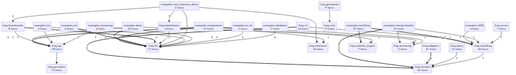
The Mermaid diagram project/compact_flow.png in wronai/fraq, before a commit. Its source is kept beside it as project/compact_flow.mmd.
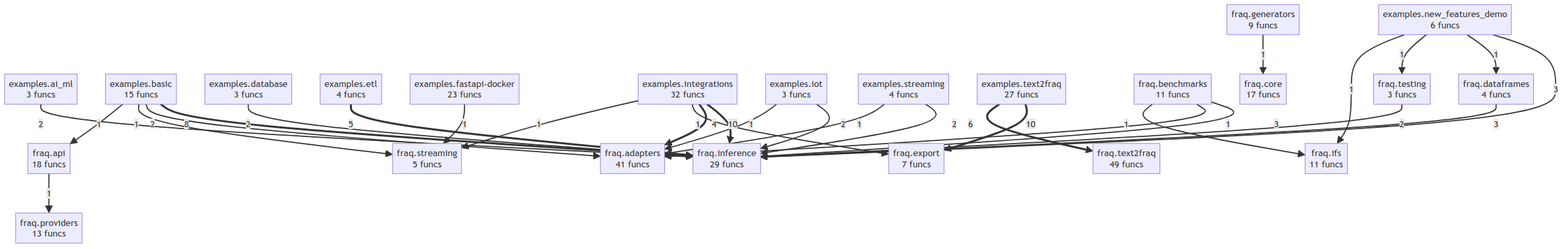
The same file after the commit.

What changed in the source:
```diff
@@ -1,64 +1,53 @@
 flowchart TD
-    examples_ai_ml["examples.ai_ml<br/>3 funcs"]
-    examples_basic["examples.basic<br/>24 funcs"]
-    examples_database["examples.database<br/>3 funcs"]
-    examples_etl["examples.etl<br/>4 funcs"]
-    examples_fastapi_docker["examples.fastapi-docker<br/>23 funcs"]
-    examples_integrations["examples.integrations<br/>32 funcs"]
-    examples_iot["examples.iot<br/>3 funcs"]
-    examples_new_features_demo["examples.new_features_demo<br/>6 funcs"]
-    examples_streaming["examples.streaming<br/>4 funcs"]
-    examples_text2fraq["examples.text2fraq<br/>27 funcs"]
-    examples_v028["examples.v028<br/>4 funcs"]
-    fraq_adapters["fraq.adapters<br/>41 funcs"]
-    fraq_api["fraq.api<br/>18 funcs"]
-    fraq_benchmarks["fraq.benchmarks<br/>8 funcs"]
-    fraq_cli["fraq.cli<br/>24 funcs"]
-    fraq_core["fraq.core<br/>17 funcs"]
-    fraq_dataframes["fraq.dataframes<br/>4 funcs"]
-    fraq_formats["fraq.formats<br/>22 funcs"]
-    fraq_generators["fraq.generators<br/>9 funcs"]
-    fraq_ifs["fraq.ifs<br/>11 funcs"]
-    fraq_inference["fraq.inference<br/>34 funcs"]
-    fraq_providers["fraq.providers<br/>13 funcs"]
-    fraq_query["fraq.query<br/>12 funcs"]
-    fraq_schema_export["fraq.schema_export<br/>7 funcs"]
-    fraq_server["fraq.server<br/>7 funcs"]
-    fraq_streaming["fraq.streaming<br/>5 funcs"]
-    fraq_text2fraq["fraq.text2fraq<br/>46 funcs"]
-    examples_text2fraq ==>|10| fraq_schema_export
-    examples_integrations ==>|9| fraq_ifs
-    examples_basic ==>|8| fraq_ifs
-    examples_text2fraq ==>|7| fraq_text2fraq
-    fraq_cli ==>|6| fraq_formats
-    examples_etl ==>|5| fraq_ifs
-    fraq_benchmarks ==>|4| fraq_ifs
-    examples_fastapi_docker ==>|4| fraq_formats
-    examples_integrations ==>|4| fraq_api
-    fraq_adapters ==>|4| fraq_formats
-    fraq_dataframes -->|3| fraq_ifs
-    examples_new_features_demo -->|3| fraq_ifs
-    examples_basic -->|3| fraq_api
-    examples_new_features_demo -->|2| fraq_benchmarks
-    examples_iot -->|2| fraq_ifs
-    examples_streaming -->|2| fraq_ifs
-    examples_ai_ml -->|2| fraq_ifs
-    examples_database -->|2| fraq_ifs
-    fraq_cli -->|1| fraq_text2fraq
-    fraq_benchmarks -->|1| fraq_api
-    fraq_generators -->|1| fraq_core
-    fraq_api -->|1| fraq_providers
-    fraq_query -->|1| fraq_formats
-    examples_new_features_demo -->|1| fraq_dataframes
-    examples_new_features_demo -->|1| fraq_inference
-    examples_iot -->|1| fraq_api
-    examples_streaming -->|1| fraq_api
-    examples_v028 -->|1| fraq_text2fraq
-    examples_fastapi_docker -->|1| fraq_text2fraq
-    examples_fastapi_docker -->|1| fraq_streaming
-    examples_basic -->|1| fraq_streaming
-    examples_integrations -->|1| fraq_schema_export
-    examples_integrations -->|1| fraq_streaming
-    examples_integrations -->|1| fraq_inference
-    fraq_text2fraq -->|1| fraq_formats
-    fraq_server -->|1| fraq_text2fraq
+    examples__ai_ml["examples.ai_ml<br/>3 funcs"]
+    examples__basic["examples.basic<br/>15 funcs"]
+    examples__database["examples.database<br/>3 funcs"]
+    examples__etl["examples.etl<br/>4 funcs"]
+    examples__fastapi_docker["examples.fastapi-docker<br/>23 funcs"]
+    examples__integrations["examples.integrations<br/>32 funcs"]
+    examples__iot["examples.iot<br/>3 funcs"]
+    examples__new_features_demo["examples.new_features_demo<br/>6 funcs"]
+    examples__streaming["examples.streaming<br/>4 funcs"]
+    examples__text2fraq["examples.text2fraq<br/>27 funcs"]
+    fraq__adapters["fraq.adapters<br/>41 funcs"]
+    fraq__api["fraq.api<br/>18 funcs"]
+    fraq__benchmarks["fraq.benchmarks<br/>11 funcs"]
+    fraq__core["fraq.core<br/>17 funcs"]
+    fraq__dataframes["fraq.dataframes<br/>4 funcs"]
+    fraq__export["fraq.export<br/>7 funcs"]
+    fraq__generators["fraq.generators<br/>9 funcs"]
+    fraq__ifs["fraq.ifs<br/>11 funcs"]
+    fraq__inference["fraq.inference<br/>29 funcs"]
+    fraq__providers["fraq.providers<br/>13 funcs"]
+    fraq__streaming["fraq.streaming<br/>5 funcs"]
+    fraq__testing["fraq.testing<br/>3 funcs"]
+    fraq__text2fraq["fraq.text2fraq<br/>49 funcs"]
+    examples__text2fraq ==>|10| fraq__export
+    examples__integrations ==>|10| fraq__inference
+    examples__basic ==>|8| fraq__inference
+    examples__text2fraq ==>|6| fraq__text2fraq
+    examples__etl ==>|5| fraq__inference
+    examples__integrations ==>|4| fraq__adapters
+    fraq__dataframes -->|3| fraq__inference
+    examples__new_features_demo -->|3| fraq__inference
+    fraq__benchmarks -->|3| fraq__inference
+    fraq__testing -->|2| fraq__inference
+    examples__iot -->|2| fraq__inference
+    examples__streaming -->|2| fraq__inference
+    examples__ai_ml -->|2| fraq__inference
+    examples__database -->|2| fraq__inference
+    examples__basic -->|2| fraq__adapters
+    fraq__generators -->|1| fraq__core
+    examples__new_features_demo -->|1| fraq__dataframes
+    examples__new_features_demo -->|1| fraq__testing
+    examples__new_features_demo -->|1| fraq__ifs
+    fraq__benchmarks -->|1| fraq__adapters
+    fraq__benchmarks -->|1| fraq__ifs
+    examples__iot -->|1| fraq__adapters
+    examples__streaming -->|1| fraq__adapters
+    examples__basic -->|1| fraq__streaming
+    examples__integrations -->|1| fraq__export
+    examples__basic -->|1| fraq__api
+    examples__integrations -->|1| fraq__streaming
+    examples__fastapi_docker -->|1| fraq__streaming
+    fraq__api -->|1| fraq__providers
```
